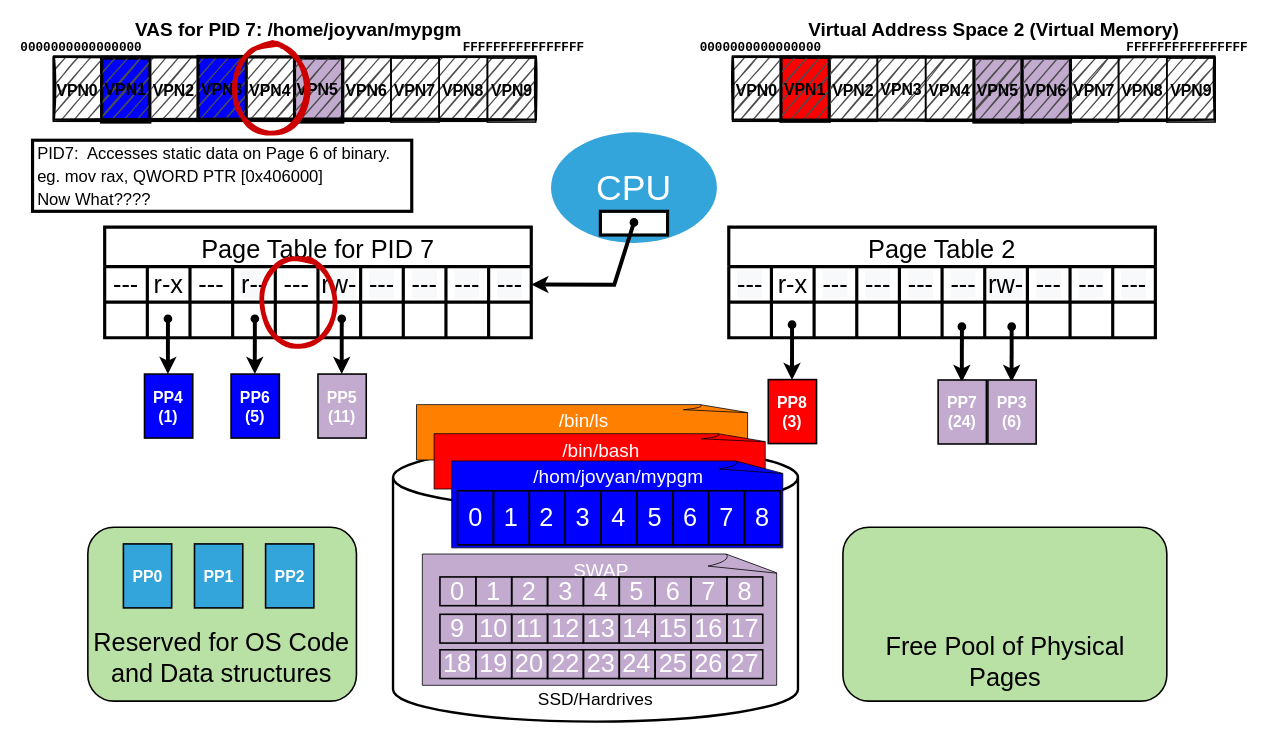
Earlier version of the draw.io diagram page "Paging-014" (14 of 18) of underthecovers/images/src/VMM.drawio (jappavoo/UndertheCovers). Source tidied: cells renumbered, new cells numbered last; positions are measured from the earlier drawing's top-left corner, leaving out a move shared by most shapes. Both pictures are drawn from the tidied source at 79%, with x=0, y=0 at pixel (13, 13).
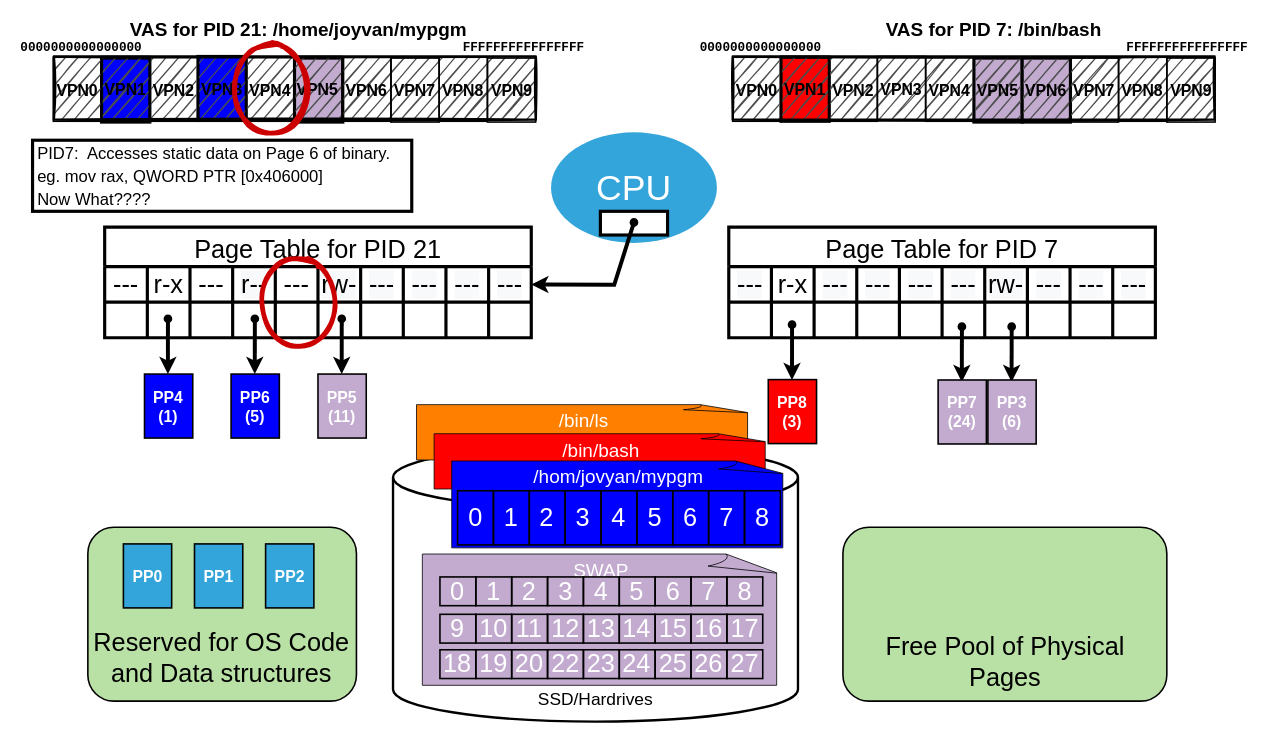
Above is the later version.

Change to the diagram source:
```diff
@@
-    <mxCell id="60" value="&lt;b&gt;VAS for PID 7: /home/joyvan/mypgm&lt;/b&gt;" style="text;html=1;align=center;verticalAlign=middle;fillColor=none;strokeColor=none;rounded=0;fontSize=24;" parent="1" vertex="1">
-      <mxGeometry x="140" width="440" height="40" as="geometry" />
+    <mxCell id="60" value="&lt;b&gt;VAS for PID 21: /home/joyvan/mypgm&lt;/b&gt;" style="text;html=1;align=center;verticalAlign=middle;fillColor=none;strokeColor=none;rounded=0;fontSize=24;" parent="1" vertex="1">
+      <mxGeometry x="135" width="450" height="40" as="geometry" />
     </mxCell>
@@
-    <mxCell id="73" value="&lt;b&gt;Virtual Address Space 2 (Virtual Memory)&lt;/b&gt;" style="text;html=1;align=center;verticalAlign=middle;fillColor=none;strokeColor=none;rounded=0;fontSize=24;" parent="1" vertex="1">
-      <mxGeometry x="995" width="490" height="40" as="geometry" />
+    <mxCell id="73" value="&lt;b&gt;VAS for PID 7: /bin/bash&lt;/b&gt;" style="text;html=1;align=center;verticalAlign=middle;fillColor=none;strokeColor=none;rounded=0;fontSize=24;" parent="1" vertex="1">
+      <mxGeometry x="1090" width="300" height="40" as="geometry" />
     </mxCell>
@@
-    <mxCell id="87" value="Page Table for PID 7" style="shape=table;startSize=50;childLayout=tableLayout;strokeWidth=4;fillColor=#FFFFFF;strokeColor=#000000;fontSize=32;" parent="1" vertex="1">
+    <mxCell id="87" value="Page Table for PID 21" style="shape=table;startSize=50;childLayout=tableLayout;strokeWidth=4;fillColor=#FFFFFF;strokeColor=#000000;fontSize=32;" parent="1" vertex="1">
       <mxGeometry x="115" y="270" width="540" height="140" as="geometry" />
     </mxCell>
@@
-    <mxCell id="123" value="Page Table 2" style="shape=table;startSize=50;childLayout=tableLayout;strokeWidth=4;fillColor=#FFFFFF;strokeColor=#000000;fontSize=32;" parent="1" vertex="1">
+    <mxCell id="123" value="Page Table for PID 7" style="shape=table;startSize=50;childLayout=tableLayout;strokeWidth=4;fillColor=#FFFFFF;strokeColor=#000000;fontSize=32;" parent="1" vertex="1">
       <mxGeometry x="905" y="270" width="540" height="140" as="geometry" />
     </mxCell>
```
